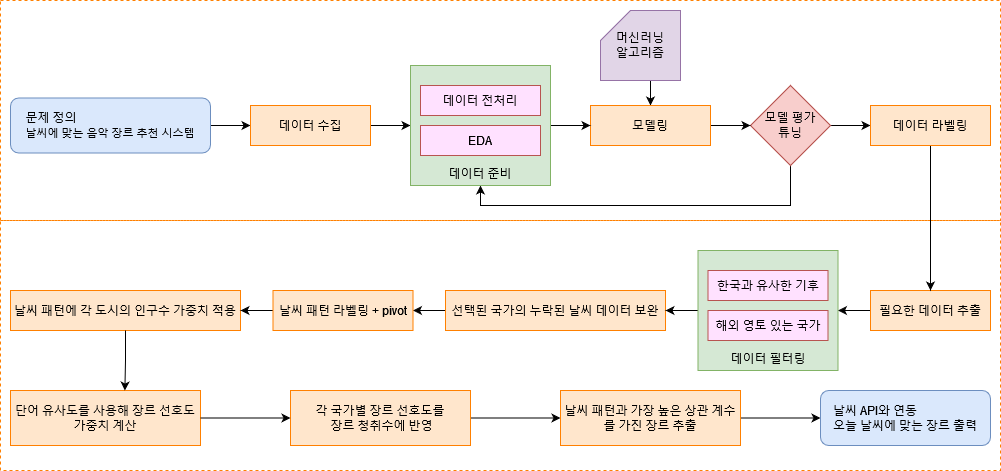
Earlier version of the draw.io export images/워크플로우.png (RYUGahyeong/ML_Project). Source tidied: cells renumbered, new cells last; positions are measured from the earlier drawing's top-left corner, leaving out a move shared by most shapes.
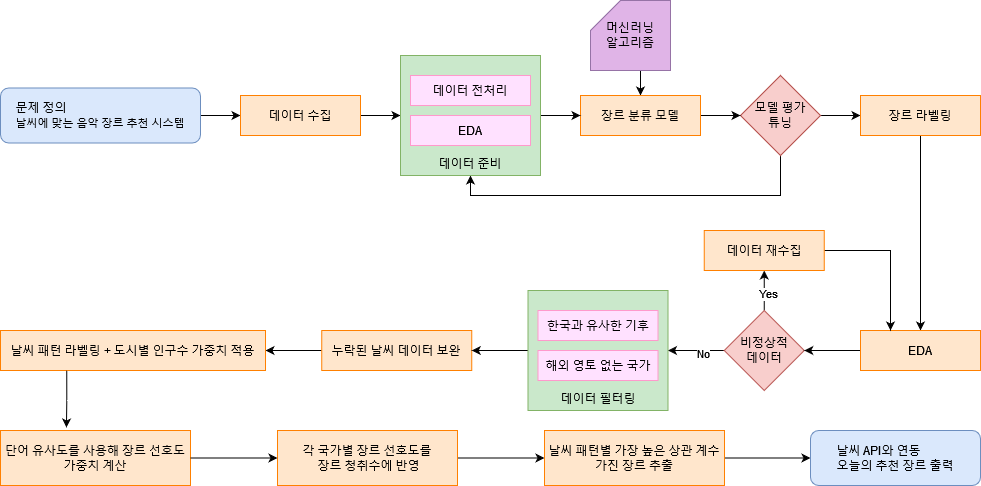
The same diagram one commit later.

Commit message:
워크 플로우 이미지 수정

What changed in the source:
```diff
@@ -2,60 +2,6 @@
   <root>
     <mxCell id="0" />
     <mxCell id="1" parent="0" />
-    <mxCell id="2" style="rounded=0;whiteSpace=wrap;html=1;dashed=1;strokeColor=#FF8000;fillColor=none;" parent="1" vertex="1">
-      <mxGeometry width="1000" height="220" as="geometry" />
-    </mxCell>
-    <mxCell id="3" style="rounded=0;whiteSpace=wrap;html=1;dashed=1;strokeColor=#FF8000;fillColor=none;" parent="1" vertex="1">
-      <mxGeometry y="220" width="1000" height="250" as="geometry" />
-    </mxCell>
-    <mxCell id="4" style="edgeStyle=orthogonalEdgeStyle;rounded=0;jettySize=auto;html=1;exitX=0;exitY=0.5;exitDx=0;exitDy=0;" parent="1" edge="1" source="5" target="15">
-      <mxGeometry relative="1" as="geometry" />
-    </mxCell>
-    <mxCell id="5" value="선택된 국가의 누락된 날씨 데이터 보완" style="rounded=0;whiteSpace=wrap;html=1;fillColor=#FFE6CC;strokeColor=#ff8000;" parent="1" vertex="1">
-      <mxGeometry x="445" y="290" width="220" height="40" as="geometry" />
-    </mxCell>
-    <mxCell id="6" value="날씨 패턴에 각 도시의 인구수 가중치 적용" style="rounded=0;whiteSpace=wrap;html=1;fillColor=#FFE6CC;strokeColor=#ff8000;" parent="1" vertex="1">
-      <mxGeometry x="10" y="290" width="230" height="40" as="geometry" />
-    </mxCell>
-    <mxCell id="7" style="edgeStyle=orthogonalEdgeStyle;rounded=0;jettySize=auto;html=1;exitX=1;exitY=0.5;exitDx=0;exitDy=0;entryX=0;entryY=0.5;entryDx=0;entryDy=0;" parent="1" edge="1" source="8" target="10">
-      <mxGeometry relative="1" as="geometry" />
-    </mxCell>
-    <mxCell id="8" value="&lt;div&gt;각 국가별 장르 선호도를&lt;/div&gt;&lt;div&gt;&amp;nbsp;장르 청취수에 반영&lt;/div&gt;" style="rounded=0;whiteSpace=wrap;html=1;fillColor=#FFE6CC;strokeColor=#ff8000;" parent="1" vertex="1">
-      <mxGeometry x="290" y="390" width="180" height="55" as="geometry" />
-    </mxCell>
-    <mxCell id="9" style="edgeStyle=orthogonalEdgeStyle;rounded=0;jettySize=auto;html=1;exitX=1;exitY=0.5;exitDx=0;exitDy=0;entryX=0;entryY=0.5;entryDx=0;entryDy=0;" parent="1" edge="1" source="10" target="11">
-      <mxGeometry relative="1" as="geometry" />
-    </mxCell>
-    <mxCell id="10" value="날씨 패턴과 가장 높은 상관 계수를 가진 장르 추출" style="rounded=0;whiteSpace=wrap;html=1;fillColor=#FFE6CC;strokeColor=#ff8000;" parent="1" vertex="1">
-      <mxGeometry x="560" y="390" width="180" height="55" as="geometry" />
-    </mxCell>
-    <mxCell id="11" value="&lt;div align=&quot;justify&quot;&gt;날씨 API와 연동&lt;/div&gt;&lt;div align=&quot;justify&quot;&gt;오늘 날씨에 맞는 장르 출력&lt;br&gt;&lt;/div&gt;" style="rounded=1;whiteSpace=wrap;html=1;fillColor=#dae8fc;strokeColor=#6c8ebf;" parent="1" vertex="1">
-      <mxGeometry x="820" y="390" width="170" height="55" as="geometry" />
-    </mxCell>
-    <mxCell id="12" style="edgeStyle=orthogonalEdgeStyle;rounded=0;jettySize=auto;html=1;exitX=0;exitY=0.5;exitDx=0;exitDy=0;entryX=1;entryY=0.5;entryDx=0;entryDy=0;" parent="1" edge="1" source="13" target="39">
-      <mxGeometry relative="1" as="geometry" />
-    </mxCell>
-    <mxCell id="13" value="필요한 데이터 추출" style="rounded=0;whiteSpace=wrap;html=1;fillColor=#FFE6CC;strokeColor=#ff8000;" parent="1" vertex="1">
-      <mxGeometry x="870" y="290" width="120" height="40" as="geometry" />
-    </mxCell>
-    <mxCell id="14" style="edgeStyle=orthogonalEdgeStyle;rounded=0;jettySize=auto;html=1;exitX=0;exitY=0.5;exitDx=0;exitDy=0;" parent="1" edge="1" source="15" target="6">
-      <mxGeometry relative="1" as="geometry" />
-    </mxCell>
-    <mxCell id="15" value="&lt;div&gt;날씨 패턴 라벨링 + pivot&lt;/div&gt;" style="rounded=0;whiteSpace=wrap;html=1;fillColor=#FFE6CC;strokeColor=#ff8000;" parent="1" vertex="1">
-      <mxGeometry x="272.5" y="290" width="140" height="40" as="geometry" />
-    </mxCell>
-    <mxCell id="16" value="단어 유사도를 사용해 장르 선호도 가중치 계산" style="rounded=0;whiteSpace=wrap;html=1;fillColor=#FFE6CC;strokeColor=#ff8000;" parent="1" vertex="1">
-      <mxGeometry x="10" y="390" width="190" height="55" as="geometry" />
-    </mxCell>
-    <mxCell id="17" style="edgeStyle=orthogonalEdgeStyle;rounded=0;jettySize=auto;html=1;exitX=0.5;exitY=1;exitDx=0;exitDy=0;entryX=0.5;entryY=0;entryDx=0;entryDy=0;" parent="1" edge="1" source="29" target="13">
-      <mxGeometry relative="1" as="geometry" />
-    </mxCell>
-    <mxCell id="18" style="edgeStyle=orthogonalEdgeStyle;rounded=0;jettySize=auto;html=1;exitX=0;exitY=0.5;exitDx=0;exitDy=0;entryX=1;entryY=0.5;entryDx=0;entryDy=0;" parent="1" edge="1" source="39" target="5">
-      <mxGeometry relative="1" as="geometry" />
-    </mxCell>
-    <mxCell id="19" style="edgeStyle=orthogonalEdgeStyle;rounded=0;jettySize=auto;html=1;exitX=1;exitY=0.5;exitDx=0;exitDy=0;entryX=0;entryY=0.5;entryDx=0;entryDy=0;" parent="1" edge="1" source="16" target="8">
-      <mxGeometry relative="1" as="geometry" />
-    </mxCell>
     <mxCell id="20" style="edgeStyle=orthogonalEdgeStyle;rounded=0;jettySize=auto;html=1;exitX=1;exitY=0.5;exitDx=0;exitDy=0;entryX=0;entryY=0.5;entryDx=0;entryDy=0;" parent="1" edge="1" source="21" target="23">
       <mxGeometry relative="1" as="geometry" />
     </mxCell>
@@ -71,7 +17,7 @@
     <mxCell id="24" style="edgeStyle=orthogonalEdgeStyle;rounded=0;jettySize=auto;html=1;exitX=0.5;exitY=1;exitDx=0;exitDy=0;exitPerimeter=0;entryX=0.5;entryY=0;entryDx=0;entryDy=0;" parent="1" edge="1" source="25" target="31">
       <mxGeometry relative="1" as="geometry" />
     </mxCell>
-    <mxCell id="25" value="&lt;div&gt;머신러닝&lt;/div&gt;&lt;div&gt;알고리즘&lt;br&gt;&lt;/div&gt;" style="shape=card;whiteSpace=wrap;html=1;verticalAlign=middle;fillColor=#e1d5e7;strokeColor=#9673a6;" parent="1" vertex="1">
+    <mxCell id="25" value="&lt;div&gt;머신러닝&lt;/div&gt;&lt;div&gt;알고리즘&lt;br&gt;&lt;/div&gt;" style="shape=card;whiteSpace=wrap;html=1;verticalAlign=middle;fillColor=#E0B4E7;strokeColor=#9673a6;" parent="1" vertex="1">
       <mxGeometry x="600" y="10" width="80" height="70" as="geometry" />
     </mxCell>
     <mxCell id="26" style="edgeStyle=orthogonalEdgeStyle;rounded=0;jettySize=auto;html=1;exitX=1;exitY=0.5;exitDx=0;exitDy=0;" parent="1" edge="1" source="28" target="29">
@@ -83,50 +29,112 @@
     <mxCell id="28" value="&lt;div&gt;모델 평가&lt;/div&gt;&lt;div&gt;튜닝&lt;br&gt;&lt;/div&gt;" style="rhombus;whiteSpace=wrap;html=1;fillColor=#f8cecc;strokeColor=#b85450;" parent="1" vertex="1">
       <mxGeometry x="750" y="85" width="80" height="80" as="geometry" />
     </mxCell>
+    <mxCell id="44" style="edgeStyle=orthogonalEdgeStyle;rounded=0;jettySize=auto;html=1;exitX=0.5;exitY=1;exitDx=0;exitDy=0;entryX=0.5;entryY=0;entryDx=0;entryDy=0;" parent="1" edge="1" source="29" target="52">
+      <mxGeometry relative="1" as="geometry" />
+    </mxCell>
-    <mxCell id="29" value="데이터 라벨링" style="rounded=0;whiteSpace=wrap;html=1;fillColor=#FFE6CC;strokeColor=#ff8000;" parent="1" vertex="1">
+    <mxCell id="29" value="장르 라벨링" style="rounded=0;whiteSpace=wrap;html=1;fillColor=#FFE6CC;strokeColor=#ff8000;" parent="1" vertex="1">
       <mxGeometry x="870" y="105" width="120" height="40" as="geometry" />
     </mxCell>
     <mxCell id="30" style="edgeStyle=orthogonalEdgeStyle;rounded=0;jettySize=auto;html=1;exitX=1;exitY=0.5;exitDx=0;exitDy=0;" parent="1" edge="1" source="31" target="28">
       <mxGeometry relative="1" as="geometry" />
     </mxCell>
-    <mxCell id="31" value="모델링" style="rounded=0;whiteSpace=wrap;html=1;fillColor=#FFE6CC;strokeColor=#ff8000;" parent="1" vertex="1">
+    <mxCell id="31" value="장르 분류 모델" style="rounded=0;whiteSpace=wrap;html=1;fillColor=#FFE6CC;strokeColor=#ff8000;" parent="1" vertex="1">
       <mxGeometry x="590" y="105" width="120" height="40" as="geometry" />
     </mxCell>
     <mxCell id="32" style="edgeStyle=orthogonalEdgeStyle;rounded=0;jettySize=auto;html=1;exitX=1;exitY=0.5;exitDx=0;exitDy=0;" parent="1" edge="1" source="34" target="31">
       <mxGeometry relative="1" as="geometry" />
     </mxCell>
-    <mxCell id="33" style="group;" parent="1" vertex="1">
-      <mxGeometry x="410" y="65" width="140" height="120" as="geometry" />
-    </mxCell>
+    <mxCell id="45" style="edgeStyle=orthogonalEdgeStyle;rounded=0;jettySize=auto;html=1;exitX=0;exitY=0.5;exitDx=0;exitDy=0;entryX=1;entryY=0.5;entryDx=0;entryDy=0;" parent="1" edge="1" source="5" target="56">
+      <mxGeometry relative="1" as="geometry" />
+    </mxCell>
+    <mxCell id="5" value="누락된 날씨 데이터 보완" style="rounded=0;whiteSpace=wrap;html=1;fillColor=#FFE6CC;strokeColor=#ff8000;" parent="1" vertex="1">
+      <mxGeometry x="331.2" y="340" width="150" height="40" as="geometry" />
+    </mxCell>
+    <mxCell id="7" style="edgeStyle=orthogonalEdgeStyle;rounded=0;jettySize=auto;html=1;exitX=1;exitY=0.5;exitDx=0;exitDy=0;entryX=0;entryY=0.5;entryDx=0;entryDy=0;" parent="1" edge="1" source="8" target="10">
+      <mxGeometry relative="1" as="geometry" />
+    </mxCell>
+    <mxCell id="8" value="&lt;div&gt;각 국가별 장르 선호도를&lt;/div&gt;&lt;div&gt;&amp;nbsp;장르 청취수에 반영&lt;/div&gt;" style="rounded=0;whiteSpace=wrap;html=1;fillColor=#FFE6CC;strokeColor=#ff8000;" parent="1" vertex="1">
+      <mxGeometry x="287" y="440" width="180" height="55" as="geometry" />
+    </mxCell>
+    <mxCell id="9" style="edgeStyle=orthogonalEdgeStyle;rounded=0;jettySize=auto;html=1;exitX=1;exitY=0.5;exitDx=0;exitDy=0;entryX=0;entryY=0.5;entryDx=0;entryDy=0;" parent="1" edge="1" source="10" target="11">
+      <mxGeometry relative="1" as="geometry" />
+    </mxCell>
+    <mxCell id="10" value="날씨 패턴별 가장 높은 상관 계수 가진 장르 추출" style="rounded=0;whiteSpace=wrap;html=1;fillColor=#FFE6CC;strokeColor=#ff8000;" parent="1" vertex="1">
+      <mxGeometry x="554" y="440" width="180" height="55" as="geometry" />
+    </mxCell>
+    <mxCell id="11" value="&lt;div align=&quot;justify&quot;&gt;날씨 API와 연동&lt;/div&gt;&lt;div align=&quot;justify&quot;&gt;오늘의 추천 장르 출력&lt;br&gt;&lt;/div&gt;" style="rounded=1;whiteSpace=wrap;html=1;fillColor=#dae8fc;strokeColor=#6c8ebf;" parent="1" vertex="1">
+      <mxGeometry x="820" y="440" width="170" height="55" as="geometry" />
+    </mxCell>
+    <mxCell id="16" value="단어 유사도를 사용해 장르 선호도 가중치 계산" style="rounded=0;whiteSpace=wrap;html=1;fillColor=#FFE6CC;strokeColor=#ff8000;" parent="1" vertex="1">
+      <mxGeometry x="10" y="440" width="190" height="55" as="geometry" />
+    </mxCell>
+    <mxCell id="18" style="edgeStyle=orthogonalEdgeStyle;rounded=0;jettySize=auto;html=1;exitX=0;exitY=0.5;exitDx=0;exitDy=0;entryX=1;entryY=0.5;entryDx=0;entryDy=0;" parent="1" edge="1" source="39" target="5">
+      <mxGeometry relative="1" as="geometry" />
+    </mxCell>
+    <mxCell id="19" style="edgeStyle=orthogonalEdgeStyle;rounded=0;jettySize=auto;html=1;exitX=1;exitY=0.5;exitDx=0;exitDy=0;entryX=0;entryY=0.5;entryDx=0;entryDy=0;" parent="1" edge="1" source="16" target="8">
+      <mxGeometry relative="1" as="geometry" />
+    </mxCell>
+    <mxCell id="46" style="edgeStyle=orthogonalEdgeStyle;rounded=0;jettySize=auto;html=1;exitX=0.5;exitY=0;exitDx=0;exitDy=0;entryX=0.5;entryY=1;entryDx=0;entryDy=0;" parent="1" edge="1" source="50" target="54">
+      <mxGeometry relative="1" as="geometry" />
+    </mxCell>
+    <mxCell id="47" value="Yes" style="edgeLabel;html=1;align=center;verticalAlign=middle;" parent="46" vertex="1">
+      <mxGeometry x="-0.03" y="-2" relative="1" as="geometry">
+        <mxPoint x="2" y="2" as="offset" />
+      </mxGeometry>
+    </mxCell>
+    <mxCell id="48" style="edgeStyle=orthogonalEdgeStyle;rounded=0;jettySize=auto;html=1;exitX=0;exitY=0.5;exitDx=0;exitDy=0;entryX=1;entryY=0.5;entryDx=0;entryDy=0;" parent="1" edge="1" source="50" target="39">
+      <mxGeometry relative="1" as="geometry" />
+    </mxCell>
+    <mxCell id="49" value="No" style="edgeLabel;html=1;align=center;verticalAlign=middle;" parent="48" vertex="1">
+      <mxGeometry x="-0.24" y="3" relative="1" as="geometry" />
+    </mxCell>
+    <mxCell id="50" value="&lt;div&gt;비정상적&lt;/div&gt;&lt;div&gt;데이터&lt;br&gt;&lt;/div&gt;" style="rhombus;whiteSpace=wrap;html=1;fillColor=#f8cecc;strokeColor=#b85450;" parent="1" vertex="1">
+      <mxGeometry x="733.8" y="320" width="80" height="80" as="geometry" />
+    </mxCell>
+    <mxCell id="51" style="edgeStyle=orthogonalEdgeStyle;rounded=0;jettySize=auto;html=1;exitX=0;exitY=0.5;exitDx=0;exitDy=0;entryX=1;entryY=0.5;entryDx=0;entryDy=0;" parent="1" edge="1" source="52" target="50">
+      <mxGeometry relative="1" as="geometry" />
+    </mxCell>
+    <mxCell id="52" value="EDA" style="rounded=0;whiteSpace=wrap;html=1;fillColor=#FFE6CC;strokeColor=#ff8000;" parent="1" vertex="1">
+      <mxGeometry x="870" y="340" width="120" height="40" as="geometry" />
+    </mxCell>
+    <mxCell id="53" style="edgeStyle=orthogonalEdgeStyle;rounded=0;jettySize=auto;html=1;exitX=1;exitY=0.5;exitDx=0;exitDy=0;entryX=0.25;entryY=0;entryDx=0;entryDy=0;" parent="1" edge="1" source="54" target="52">
+      <mxGeometry relative="1" as="geometry" />
+    </mxCell>
+    <mxCell id="54" value="데이터 재수집" style="rounded=0;whiteSpace=wrap;html=1;fillColor=#FFE6CC;strokeColor=#ff8000;" parent="1" vertex="1">
+      <mxGeometry x="713.8" y="240" width="120" height="40" as="geometry" />
+    </mxCell>
-    <mxCell id="34" style="rounded=0;whiteSpace=wrap;html=1;fillColor=#d5e8d4;strokeColor=#82b366;" parent="33" vertex="1">
-      <mxGeometry width="140" height="120" as="geometry" />
+    <mxCell id="34" style="rounded=0;whiteSpace=wrap;html=1;fillColor=#CAE8CB;strokeColor=#82b366;" parent="1" vertex="1">
+      <mxGeometry x="410" y="65" width="140" height="120" as="geometry" />
     </mxCell>
-    <mxCell id="35" value="데이터 전처리" style="rounded=0;whiteSpace=wrap;html=1;fillColor=#ffe1ff;strokeColor=#b85450;" parent="33" vertex="1">
-      <mxGeometry x="10" y="20" width="120" height="30" as="geometry" />
+    <mxCell id="35" value="데이터 전처리" style="rounded=0;whiteSpace=wrap;html=1;fillColor=#ffe1ff;strokeColor=#FF99CC;" parent="1" vertex="1">
+      <mxGeometry x="420" y="85" width="120" height="30" as="geometry" />
     </mxCell>
-    <mxCell id="36" value="EDA" style="rounded=0;whiteSpace=wrap;html=1;fillColor=#ffe1ff;strokeColor=#b85450;" parent="33" vertex="1">
-      <mxGeometry x="10" y="60" width="120" height="30" as="geometry" />
+    <mxCell id="36" value="EDA" style="rounded=0;whiteSpace=wrap;html=1;fillColor=#ffe1ff;strokeColor=#FF99CC;" parent="1" vertex="1">
+      <mxGeometry x="420" y="125" width="120" height="30" as="geometry" />
     </mxCell>
-    <mxCell id="37" value="데이터 준비" style="rounded=0;whiteSpace=wrap;html=1;strokeColor=none;fillColor=none;" parent="33" vertex="1">
-      <mxGeometry x="10" y="100" width="120" height="15" as="geometry" />
+    <mxCell id="37" value="데이터 준비" style="rounded=0;whiteSpace=wrap;html=1;strokeColor=none;fillColor=none;" parent="1" vertex="1">
+      <mxGeometry x="420" y="165" width="120" height="15" as="geometry" />
     </mxCell>
-    <mxCell id="38" style="group;" parent="1" vertex="1">
-      <mxGeometry x="697.5" y="250" width="140" height="120" as="geometry" />
-    </mxCell>
+    <mxCell id="55" style="group;" parent="1" vertex="1">
+      <mxGeometry x="537.5" y="300" width="140" height="120" as="geometry" />
+    </mxCell>
-    <mxCell id="39" style="rounded=0;whiteSpace=wrap;html=1;fillColor=#d5e8d4;strokeColor=#82b366;" parent="38" vertex="1">
+    <mxCell id="39" style="rounded=0;whiteSpace=wrap;html=1;fillColor=#CAE8CB;strokeColor=#82b366;" parent="55" vertex="1">
       <mxGeometry width="140" height="120" as="geometry" />
     </mxCell>
-    <mxCell id="40" value="한국과 유사한 기후" style="rounded=0;whiteSpace=wrap;html=1;fillColor=#ffe1ff;strokeColor=#b85450;" parent="38" vertex="1">
+    <mxCell id="40" value="한국과 유사한 기후" style="rounded=0;whiteSpace=wrap;html=1;fillColor=#ffe1ff;strokeColor=#FF99CC;" parent="55" vertex="1">
       <mxGeometry x="10" y="20" width="120" height="30" as="geometry" />
     </mxCell>
-    <mxCell id="41" value="해외 영토 있는 국가" style="rounded=0;whiteSpace=wrap;html=1;fillColor=#ffe1ff;strokeColor=#b85450;" parent="38" vertex="1">
+    <mxCell id="41" value="해외 영토 없는 국가" style="rounded=0;whiteSpace=wrap;html=1;fillColor=#ffe1ff;strokeColor=#FF99CC;" parent="55" vertex="1">
       <mxGeometry x="10" y="60" width="120" height="30" as="geometry" />
     </mxCell>
-    <mxCell id="42" value="&lt;div&gt;데이터 필터링&lt;/div&gt;" style="rounded=0;whiteSpace=wrap;html=1;strokeColor=none;fillColor=none;" parent="38" vertex="1">
+    <mxCell id="42" value="&lt;div&gt;데이터 필터링&lt;/div&gt;" style="rounded=0;whiteSpace=wrap;html=1;strokeColor=none;fillColor=none;" parent="55" vertex="1">
       <mxGeometry x="10" y="100" width="120" height="15" as="geometry" />
     </mxCell>
-    <mxCell id="43" style="edgeStyle=orthogonalEdgeStyle;rounded=0;jettySize=auto;html=1;exitX=0.5;exitY=1;exitDx=0;exitDy=0;entryX=0.602;entryY=0.001;entryDx=0;entryDy=0;entryPerimeter=0;" parent="1" edge="1" source="6" target="16">
-      <mxGeometry relative="1" as="geometry" />
-    </mxCell>
+    <mxCell id="56" value="날씨 패턴 라벨링 + 도시별 인구수 가중치 적용" style="rounded=0;whiteSpace=wrap;html=1;fillColor=#FFE6CC;strokeColor=#ff8000;" parent="1" vertex="1">
+      <mxGeometry x="10" y="340" width="265" height="40" as="geometry" />
+    </mxCell>
+    <mxCell id="57" style="edgeStyle=orthogonalEdgeStyle;rounded=0;jettySize=auto;html=1;exitX=0.25;exitY=1;exitDx=0;exitDy=0;entryX=0.347;entryY=-0.055;entryDx=0;entryDy=0;entryPerimeter=0;" parent="1" edge="1" source="56" target="16">
+      <mxGeometry relative="1" as="geometry" />
+    </mxCell>
   </root>
 </mxGraphModel>
```
